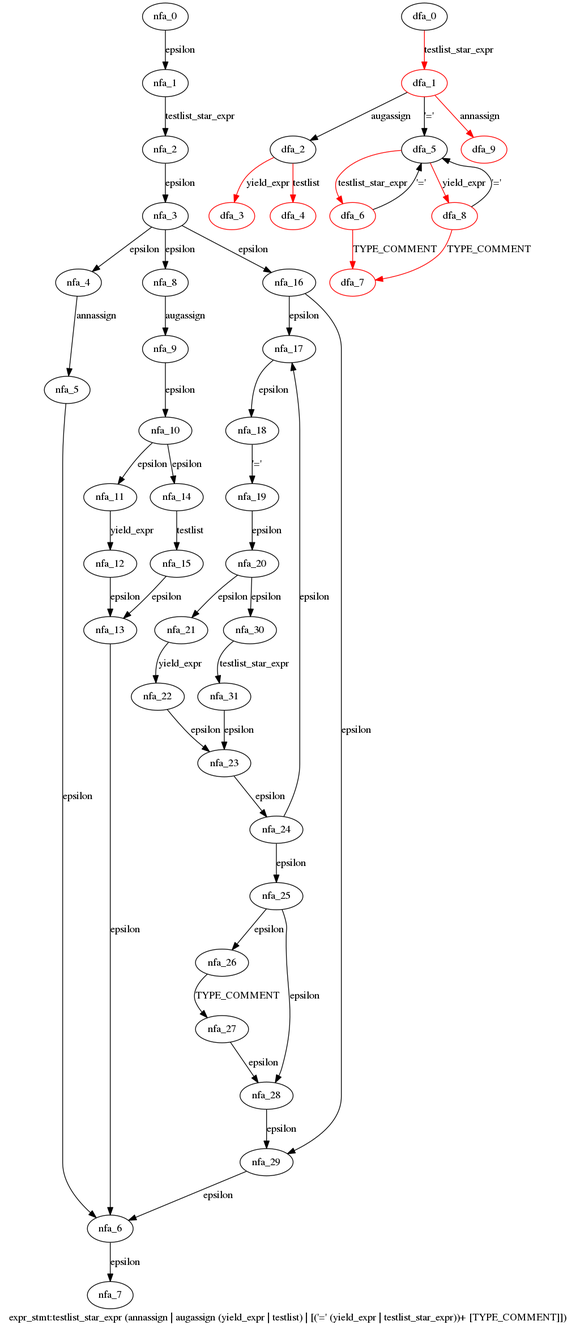
The Graphviz diagram cpython/grammar/handwrite/nfa_dfas/16.expr_stmt.dot.png in WinChua/blog, before a commit. Its source is kept beside it as cpython/grammar/handwrite/nfa_dfas/16.expr_stmt.dot. Its diagram source:
```dot
digraph expr_stmt {
 graph[label="expr_stmt:testlist_star_expr (annassign | augassign (yield_expr | testlist) | [('=' (yield_expr | testlist_star_expr))+ [TYPE_COMMENT]])"]
 subgraph expr_stmt_nfa {
  nfa_0->nfa_1[label="epsilon"]
  nfa_1->nfa_2[label="testlist_star_expr"]
  nfa_2->nfa_3[label="epsilon"]
  nfa_3->nfa_4[label="epsilon"]
  nfa_4->nfa_5[label="annassign"]
  nfa_5->nfa_6[label="epsilon"]
  nfa_6->nfa_7[label="epsilon"]
  nfa_3->nfa_8[label="epsilon"]
  nfa_8->nfa_9[label="augassign"]
  nfa_9->nfa_10[label="epsilon"]
  nfa_10->nfa_11[label="epsilon"]
  nfa_11->nfa_12[label="yield_expr"]
  nfa_12->nfa_13[label="epsilon"]
  nfa_13->nfa_6[label="epsilon"]
  nfa_10->nfa_14[label="epsilon"]
  nfa_14->nfa_15[label="testlist"]
  nfa_15->nfa_13[label="epsilon"]
  nfa_3->nfa_16[label="epsilon"]
  nfa_16->nfa_17[label="epsilon"]
  nfa_17->nfa_18[label="epsilon"]
  nfa_18->nfa_19[label="'='"]
  nfa_19->nfa_20[label="epsilon"]
  nfa_20->nfa_21[label="epsilon"]
  nfa_21->nfa_22[label="yield_expr"]
  nfa_22->nfa_23[label="epsilon"]
  nfa_23->nfa_24[label="epsilon"]
  nfa_24->nfa_17[label="epsilon"]
  nfa_24->nfa_25[label="epsilon"]
  nfa_25->nfa_26[label="epsilon"]
  nfa_26->nfa_27[label="TYPE_COMMENT"]
  nfa_27->nfa_28[label="epsilon"]
  nfa_28->nfa_29[label="epsilon"]
  nfa_29->nfa_6[label="epsilon"]
  nfa_25->nfa_28[label="epsilon"]
  nfa_20->nfa_30[label="epsilon"]
  nfa_30->nfa_31[label="testlist_star_expr"]
  nfa_31->nfa_23[label="epsilon"]
  nfa_16->nfa_29[label="epsilon"]
  }
 subgraph expr_stmt_dfa {
  dfa_0->dfa_1[label="testlist_star_expr",color=red]
  dfa_1->dfa_2[label="augassign"]
  dfa_2->dfa_3[label="yield_expr",color=red]
  dfa_2->dfa_4[label="testlist",color=red]
  dfa_1->dfa_5[label="'='"]
  dfa_5->dfa_6[label="testlist_star_expr",color=red]
  dfa_6->dfa_5[label="'='"]
  dfa_6->dfa_7[label="TYPE_COMMENT",color=red]
  dfa_5->dfa_8[label="yield_expr",color=red]
  dfa_8->dfa_5[label="'='"]
  dfa_8->dfa_7[label="TYPE_COMMENT",color=red]
  dfa_1->dfa_9[label="annassign",color=red]
  dfa_1[color=red]
  dfa_3[color=red]
  dfa_4[color=red]
  dfa_6[color=red]
  dfa_7[color=red]
  dfa_8[color=red]
  dfa_9[color=red]
  }
}
```
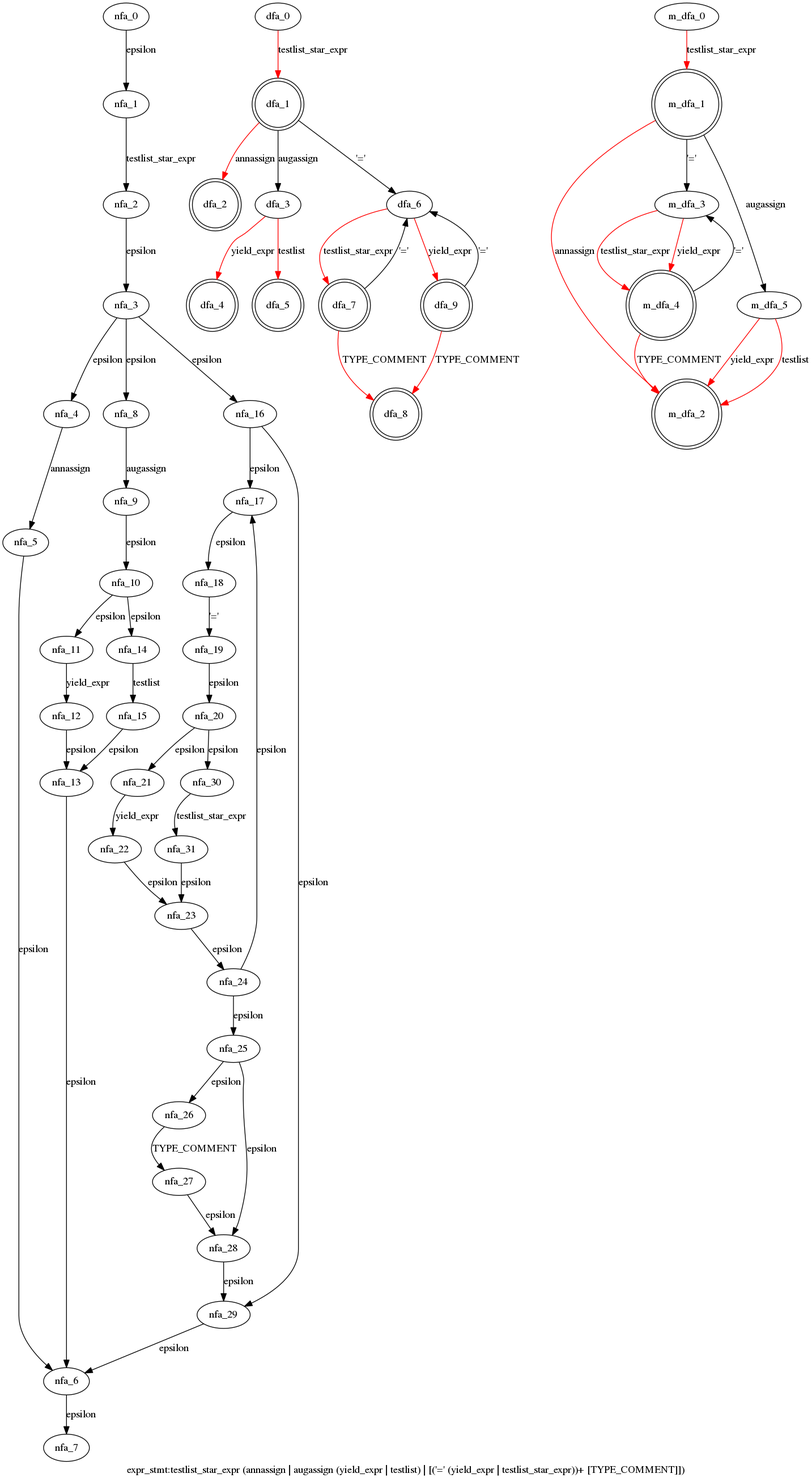
After the change.

Diff of the diagram source:
```diff
@@ -42,23 +42,38 @@
   }
  subgraph expr_stmt_dfa {
   dfa_0->dfa_1[label="testlist_star_expr",color=red]
-  dfa_1->dfa_2[label="augassign"]
-  dfa_2->dfa_3[label="yield_expr",color=red]
-  dfa_2->dfa_4[label="testlist",color=red]
-  dfa_1->dfa_5[label="'='"]
-  dfa_5->dfa_6[label="testlist_star_expr",color=red]
-  dfa_6->dfa_5[label="'='"]
-  dfa_6->dfa_7[label="TYPE_COMMENT",color=red]
-  dfa_5->dfa_8[label="yield_expr",color=red]
-  dfa_8->dfa_5[label="'='"]
-  dfa_8->dfa_7[label="TYPE_COMMENT",color=red]
-  dfa_1->dfa_9[label="annassign",color=red]
-  dfa_1[color=red]
-  dfa_3[color=red]
-  dfa_4[color=red]
-  dfa_6[color=red]
-  dfa_7[color=red]
-  dfa_8[color=red]
-  dfa_9[color=red]
+  dfa_1->dfa_2[label="annassign",color=red]
+  dfa_1->dfa_3[label="augassign"]
+  dfa_3->dfa_4[label="yield_expr",color=red]
+  dfa_3->dfa_5[label="testlist",color=red]
+  dfa_1->dfa_6[label="'='"]
+  dfa_6->dfa_7[label="testlist_star_expr",color=red]
+  dfa_7->dfa_6[label="'='"]
+  dfa_7->dfa_8[label="TYPE_COMMENT",color=red]
+  dfa_6->dfa_9[label="yield_expr",color=red]
+  dfa_9->dfa_6[label="'='"]
+  dfa_9->dfa_8[label="TYPE_COMMENT",color=red]
+  dfa_1[shape=doublecircle]
+  dfa_2[shape=doublecircle]
+  dfa_4[shape=doublecircle]
+  dfa_5[shape=doublecircle]
+  dfa_7[shape=doublecircle]
+  dfa_8[shape=doublecircle]
+  dfa_9[shape=doublecircle]
+  }
+ subgraph expr_stmt_m_dfa {
+  m_dfa_0->m_dfa_1[label="testlist_star_expr",color=red]
+  m_dfa_1->m_dfa_2[label="annassign",color=red]
+  m_dfa_1->m_dfa_3[label="'='"]
+  m_dfa_3->m_dfa_4[label="testlist_star_expr",color=red]
+  m_dfa_4->m_dfa_2[label="TYPE_COMMENT",color=red]
+  m_dfa_4->m_dfa_3[label="'='"]
+  m_dfa_3->m_dfa_4[label="yield_expr",color=red]
+  m_dfa_1->m_dfa_5[label="augassign"]
+  m_dfa_5->m_dfa_2[label="yield_expr",color=red]
+  m_dfa_5->m_dfa_2[label="testlist",color=red]
+  m_dfa_1[shape=doublecircle]
+  m_dfa_2[shape=doublecircle]
+  m_dfa_4[shape=doublecircle]
   }
 }
```
